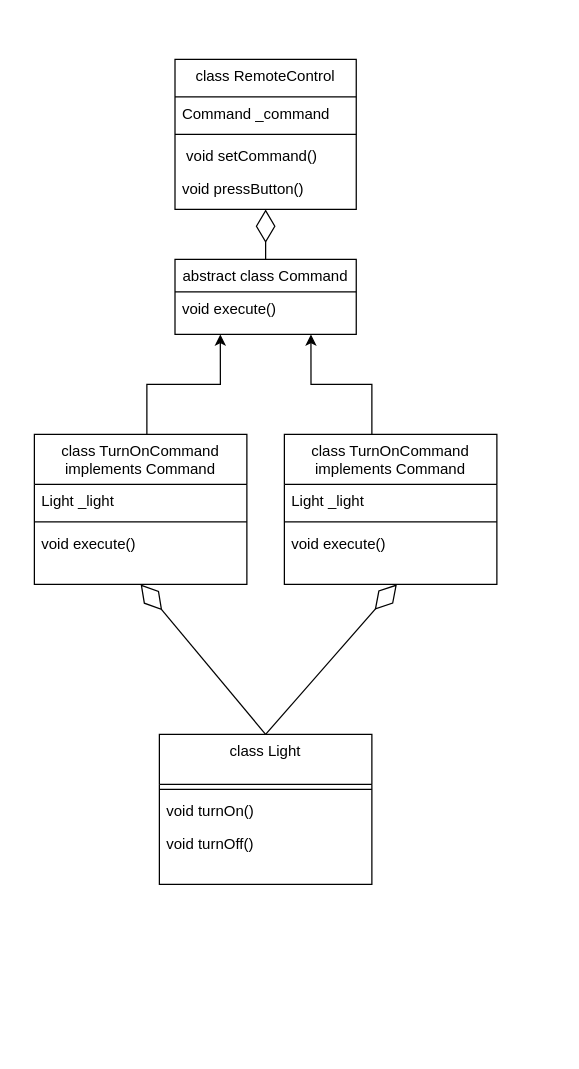
Alex-0277911/command_pattern keeps this draw.io diagram as pattern_command.drawio. Above is the earlier version. Source tidied: cells renumbered, new cells numbered last; positions are measured from the earlier drawing's top-left corner, leaving out a move shared by most shapes. Both pictures are drawn from the tidied source at 125%, with x=0, y=0 at pixel (34, 59).
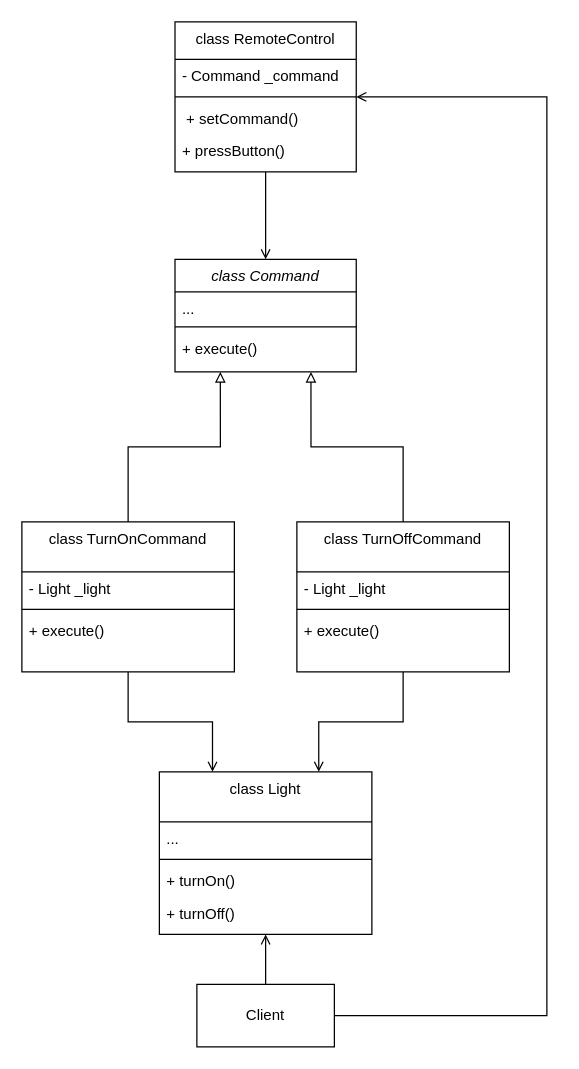
The same diagram, later.

Change to the diagram source:
```diff
@@
-    <mxCell id="2" value="abstract class Command" style="swimlane;fontStyle=0;align=center;verticalAlign=top;horizontal=1;startSize=26;rounded=0;shadow=0;strokeWidth=1;" parent="1" vertex="1">
-      <mxGeometry x="112.5" y="160" width="145" height="60" as="geometry" />
+    <mxCell id="2" value="class Command" style="swimlane;fontStyle=2;align=center;verticalAlign=top;horizontal=1;startSize=26;rounded=0;shadow=0;strokeWidth=1;" parent="1" vertex="1">
+      <mxGeometry x="112.5" y="160" width="145" height="90" as="geometry" />
     </mxCell>
+    <mxCell id="26" value="..." style="text;align=left;verticalAlign=top;spacingLeft=4;spacingRight=4;overflow=hidden;" parent="2" vertex="1">
+      <mxGeometry y="26" width="145" height="24" as="geometry" />
+    </mxCell>
+    <mxCell id="27" style="line;strokeWidth=1;fillColor=none;align=left;verticalAlign=middle;spacingTop=-1;spacingLeft=3;spacingRight=3;labelPosition=right;strokeColor=inherit;" parent="2" vertex="1">
+      <mxGeometry y="50" width="145" height="8" as="geometry" />
+    </mxCell>
-    <mxCell id="3" value="void execute()" style="text;align=left;verticalAlign=top;spacingLeft=4;spacingRight=4;overflow=hidden;" parent="2" vertex="1">
-      <mxGeometry y="26" width="145" height="24" as="geometry" />
+    <mxCell id="3" value="+ execute()" style="text;align=left;verticalAlign=top;spacingLeft=4;spacingRight=4;overflow=hidden;" parent="2" vertex="1">
+      <mxGeometry y="58" width="145" height="24" as="geometry" />
     </mxCell>
-    <mxCell id="4" style="edgeStyle=orthogonalEdgeStyle;rounded=0;jettySize=auto;html=1;entryX=0.25;entryY=1;entryDx=0;entryDy=0;" parent="1" edge="1" source="5" target="2">
-      <mxGeometry relative="1" as="geometry">
-        <Array as="points">
-          <mxPoint x="90" y="260" />
-          <mxPoint x="149" y="260" />
-        </Array>
-      </mxGeometry>
+    <mxCell id="4" style="edgeStyle=orthogonalEdgeStyle;rounded=0;jettySize=auto;html=1;entryX=0.25;entryY=1;entryDx=0;entryDy=0;endArrow=block;endFill=0;" parent="1" edge="1" source="5" target="2">
+      <mxGeometry relative="1" as="geometry" />
     </mxCell>
+    <mxCell id="28" style="edgeStyle=orthogonalEdgeStyle;rounded=0;jettySize=auto;html=1;entryX=0.25;entryY=0;entryDx=0;entryDy=0;endArrow=open;endFill=0;" parent="1" edge="1" source="5" target="20">
+      <mxGeometry relative="1" as="geometry" />
+    </mxCell>
-    <mxCell id="5" value="class TurnOnCommand&#10; implements Command" style="swimlane;fontStyle=0;align=center;verticalAlign=top;horizontal=1;startSize=40;rounded=0;shadow=0;strokeWidth=1;" parent="1" vertex="1">
-      <mxGeometry y="300" width="170" height="120" as="geometry" />
+    <mxCell id="5" value="class TurnOnCommand" style="swimlane;fontStyle=0;align=center;verticalAlign=top;horizontal=1;startSize=40;rounded=0;shadow=0;strokeWidth=1;" parent="1" vertex="1">
+      <mxGeometry x="-10" y="370" width="170" height="120" as="geometry" />
     </mxCell>
-    <mxCell id="6" value="Light _light" style="text;align=left;verticalAlign=top;spacingLeft=4;spacingRight=4;overflow=hidden;" parent="5" vertex="1">
+    <mxCell id="6" value="- Light _light" style="text;align=left;verticalAlign=top;spacingLeft=4;spacingRight=4;overflow=hidden;" parent="5" vertex="1">
       <mxGeometry y="40" width="170" height="26" as="geometry" />
     </mxCell>
@@
-    <mxCell id="8" value="void execute()" style="text;align=left;verticalAlign=top;spacingLeft=4;spacingRight=4;overflow=hidden;" parent="5" vertex="1">
+    <mxCell id="8" value="+ execute()" style="text;align=left;verticalAlign=top;spacingLeft=4;spacingRight=4;overflow=hidden;" parent="5" vertex="1">
       <mxGeometry y="74" width="170" height="26" as="geometry" />
     </mxCell>
+    <mxCell id="29" style="edgeStyle=orthogonalEdgeStyle;rounded=0;jettySize=auto;html=1;entryX=0.5;entryY=0;entryDx=0;entryDy=0;endArrow=open;endFill=0;" parent="1" edge="1" source="9" target="2">
+      <mxGeometry relative="1" as="geometry" />
+    </mxCell>
+    <mxCell id="30" style="edgeStyle=orthogonalEdgeStyle;rounded=0;jettySize=auto;html=1;endArrow=none;endFill=0;startArrow=open;startFill=0;" parent="1" edge="1" source="9">
+      <mxGeometry relative="1" as="geometry">
+        <mxPoint x="240" y="765" as="targetPoint" />
+        <Array as="points">
+          <mxPoint x="410" y="30" />
+          <mxPoint x="410" y="765" />
+        </Array>
+      </mxGeometry>
+    </mxCell>
     <mxCell id="9" value="class RemoteControl" style="swimlane;fontStyle=0;align=center;verticalAlign=top;horizontal=1;startSize=30;rounded=0;shadow=0;strokeWidth=1;" parent="1" vertex="1">
-      <mxGeometry x="112.5" width="145" height="120" as="geometry" />
+      <mxGeometry x="112.5" y="-30" width="145" height="120" as="geometry" />
     </mxCell>
-    <mxCell id="10" value="Command _command" style="text;align=left;verticalAlign=top;spacingLeft=4;spacingRight=4;overflow=hidden;" parent="9" vertex="1">
+    <mxCell id="10" value="- Command _command" style="text;align=left;verticalAlign=top;spacingLeft=4;spacingRight=4;overflow=hidden;" parent="9" vertex="1">
       <mxGeometry y="30" width="145" height="26" as="geometry" />
     </mxCell>
@@
-    <mxCell id="12" value=" void setCommand()" style="text;align=left;verticalAlign=top;spacingLeft=4;spacingRight=4;overflow=hidden;" parent="9" vertex="1">
+    <mxCell id="12" value=" + setCommand()" style="text;align=left;verticalAlign=top;spacingLeft=4;spacingRight=4;overflow=hidden;" parent="9" vertex="1">
       <mxGeometry y="64" width="145" height="26" as="geometry" />
     </mxCell>
-    <mxCell id="13" value="void pressButton()" style="text;align=left;verticalAlign=top;spacingLeft=4;spacingRight=4;overflow=hidden;" parent="9" vertex="1">
+    <mxCell id="13" value="+ pressButton()" style="text;align=left;verticalAlign=top;spacingLeft=4;spacingRight=4;overflow=hidden;" parent="9" vertex="1">
       <mxGeometry y="90" width="145" height="26" as="geometry" />
     </mxCell>
-    <mxCell id="14" style="endArrow=diamondThin;endFill=0;endSize=24;html=1;rounded=0;exitX=0.5;exitY=0;exitDx=0;exitDy=0;entryX=0.5;entryY=1;entryDx=0;entryDy=0;" parent="1" edge="1" source="2" target="9">
-      <mxGeometry relative="1" as="geometry" />
-    </mxCell>
-    <mxCell id="15" style="edgeStyle=orthogonalEdgeStyle;rounded=0;jettySize=auto;html=1;entryX=0.75;entryY=1;entryDx=0;entryDy=0;" parent="1" edge="1" source="16" target="2">
-      <mxGeometry relative="1" as="geometry">
-        <Array as="points">
-          <mxPoint x="270" y="260" />
-          <mxPoint x="221" y="260" />
-        </Array>
-      </mxGeometry>
-    </mxCell>
-    <mxCell id="16" value="class TurnOnCommand&#10; implements Command" style="swimlane;fontStyle=0;align=center;verticalAlign=top;horizontal=1;startSize=40;rounded=0;shadow=0;strokeWidth=1;" parent="1" vertex="1">
-      <mxGeometry x="200" y="300" width="170" height="120" as="geometry" />
-    </mxCell>
-    <mxCell id="17" value="Light _light" style="text;align=left;verticalAlign=top;spacingLeft=4;spacingRight=4;overflow=hidden;" parent="16" vertex="1">
-      <mxGeometry y="40" width="170" height="26" as="geometry" />
-    </mxCell>
-    <mxCell id="18" style="line;strokeWidth=1;fillColor=none;align=left;verticalAlign=middle;spacingTop=-1;spacingLeft=3;spacingRight=3;labelPosition=right;strokeColor=inherit;" parent="16" vertex="1">
-      <mxGeometry y="66" width="170" height="8" as="geometry" />
-    </mxCell>
-    <mxCell id="19" value="void execute()" style="text;align=left;verticalAlign=top;spacingLeft=4;spacingRight=4;overflow=hidden;" parent="16" vertex="1">
-      <mxGeometry y="74" width="170" height="26" as="geometry" />
-    </mxCell>
     <mxCell id="20" value="class Light" style="swimlane;fontStyle=0;align=center;verticalAlign=top;horizontal=1;startSize=40;rounded=0;shadow=0;strokeWidth=1;" parent="1" vertex="1">
-      <mxGeometry x="100" y="540" width="170" height="120" as="geometry" />
+      <mxGeometry x="100" y="570" width="170" height="130" as="geometry" />
     </mxCell>
+    <mxCell id="31" value="..." style="text;align=left;verticalAlign=top;spacingLeft=4;spacingRight=4;overflow=hidden;" parent="20" vertex="1">
+      <mxGeometry y="40" width="170" height="26" as="geometry" />
+    </mxCell>
     <mxCell id="21" style="line;strokeWidth=1;fillColor=none;align=left;verticalAlign=middle;spacingTop=-1;spacingLeft=3;spacingRight=3;labelPosition=right;strokeColor=inherit;" parent="20" vertex="1">
-      <mxGeometry y="40" width="170" height="8" as="geometry" />
+      <mxGeometry y="66" width="170" height="8" as="geometry" />
     </mxCell>
-    <mxCell id="22" value="void turnOn()" style="text;align=left;verticalAlign=top;spacingLeft=4;spacingRight=4;overflow=hidden;" parent="20" vertex="1">
-      <mxGeometry y="48" width="170" height="26" as="geometry" />
+    <mxCell id="22" value="+ turnOn()" style="text;align=left;verticalAlign=top;spacingLeft=4;spacingRight=4;overflow=hidden;" parent="20" vertex="1">
+      <mxGeometry y="74" width="170" height="26" as="geometry" />
     </mxCell>
-    <mxCell id="23" value="void turnOff()" style="text;align=left;verticalAlign=top;spacingLeft=4;spacingRight=4;overflow=hidden;" parent="20" vertex="1">
-      <mxGeometry y="74" width="170" height="26" as="geometry" />
+    <mxCell id="23" value="+ turnOff()" style="text;align=left;verticalAlign=top;spacingLeft=4;spacingRight=4;overflow=hidden;" parent="20" vertex="1">
+      <mxGeometry y="100" width="170" height="26" as="geometry" />
     </mxCell>
-    <mxCell id="24" style="endArrow=diamondThin;endFill=0;endSize=24;html=1;rounded=0;entryX=0.5;entryY=1;entryDx=0;entryDy=0;exitX=0.5;exitY=0;exitDx=0;exitDy=0;" parent="1" edge="1" source="20" target="5">
-      <mxGeometry relative="1" as="geometry" />
-    </mxCell>
-    <mxCell id="25" style="endArrow=diamondThin;endFill=0;endSize=24;html=1;rounded=0;exitX=0.5;exitY=0;exitDx=0;exitDy=0;" parent="1" edge="1" source="20">
-      <mxGeometry relative="1" as="geometry">
-        <mxPoint x="290" y="420" as="targetPoint" />
-      </mxGeometry>
-    </mxCell>
+    <mxCell id="32" style="edgeStyle=orthogonalEdgeStyle;rounded=0;jettySize=auto;html=1;entryX=0.75;entryY=1;entryDx=0;entryDy=0;endArrow=block;endFill=0;" parent="1" edge="1" source="34" target="2">
+      <mxGeometry relative="1" as="geometry" />
+    </mxCell>
+    <mxCell id="33" style="edgeStyle=orthogonalEdgeStyle;rounded=0;jettySize=auto;html=1;entryX=0.75;entryY=0;entryDx=0;entryDy=0;endArrow=open;endFill=0;" parent="1" edge="1" source="34" target="20">
+      <mxGeometry relative="1" as="geometry" />
+    </mxCell>
+    <mxCell id="34" value="class TurnOffCommand" style="swimlane;fontStyle=0;align=center;verticalAlign=top;horizontal=1;startSize=40;rounded=0;shadow=0;strokeWidth=1;" parent="1" vertex="1">
+      <mxGeometry x="210" y="370" width="170" height="120" as="geometry" />
+    </mxCell>
+    <mxCell id="35" value="- Light _light" style="text;align=left;verticalAlign=top;spacingLeft=4;spacingRight=4;overflow=hidden;" parent="34" vertex="1">
+      <mxGeometry y="40" width="170" height="26" as="geometry" />
+    </mxCell>
+    <mxCell id="18" style="line;strokeWidth=1;fillColor=none;align=left;verticalAlign=middle;spacingTop=-1;spacingLeft=3;spacingRight=3;labelPosition=right;strokeColor=inherit;" parent="34" vertex="1">
+      <mxGeometry y="66" width="170" height="8" as="geometry" />
+    </mxCell>
+    <mxCell id="36" value="+ execute()" style="text;align=left;verticalAlign=top;spacingLeft=4;spacingRight=4;overflow=hidden;" parent="34" vertex="1">
+      <mxGeometry y="74" width="170" height="26" as="geometry" />
+    </mxCell>
+    <mxCell id="37" style="edgeStyle=orthogonalEdgeStyle;rounded=0;jettySize=auto;html=1;entryX=0.5;entryY=1;entryDx=0;entryDy=0;endArrow=open;endFill=0;" parent="1" edge="1" source="38" target="20">
+      <mxGeometry relative="1" as="geometry" />
+    </mxCell>
+    <mxCell id="38" value="Client" style="html=1;whiteSpace=wrap;" parent="1" vertex="1">
+      <mxGeometry x="130" y="740" width="110" height="50" as="geometry" />
+    </mxCell>
```
